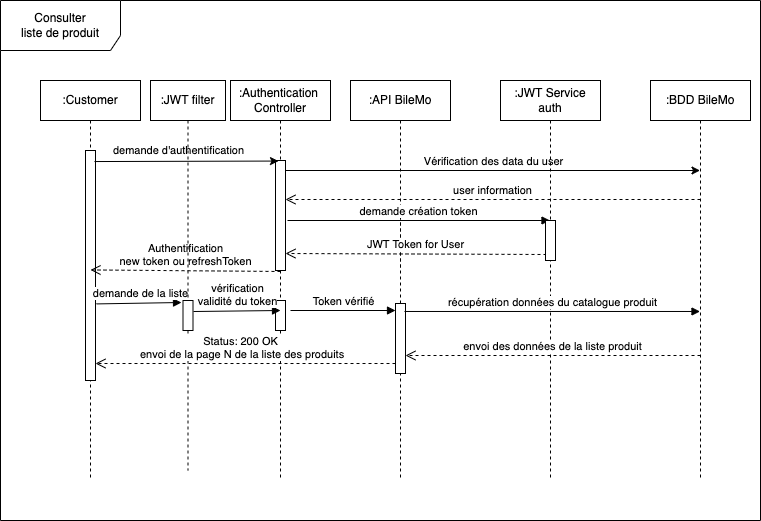
Earlier version of the draw.io export _Diagrammes UML/D.sq_consultation_liste_de_produit_BileMo.drawio.png (Fossette7/bilemo). Source tidied: cells renumbered, new cells last; positions are measured from the earlier drawing's top-left corner, leaving out a move shared by most shapes.
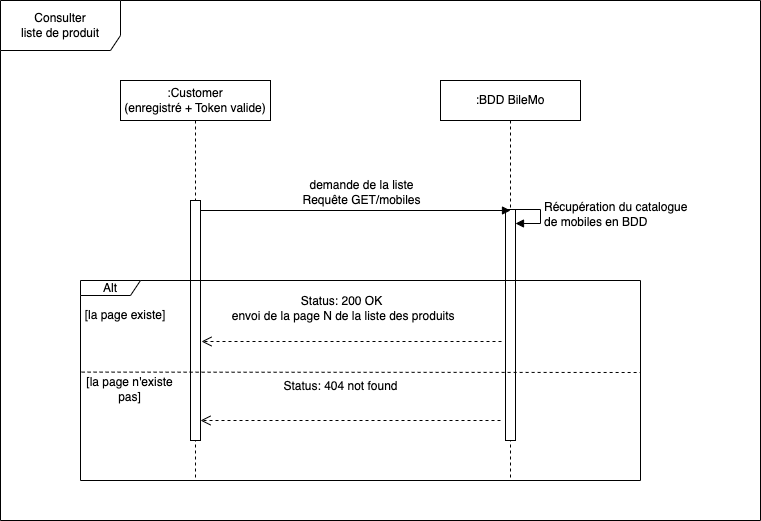
Above is the later version.

Commit message:
modify error code and add diagramm update

Diff of the diagram source:
```diff
@@ -5,114 +5,58 @@
     <mxCell id="2" value="Consulter&lt;br&gt;liste de produit" style="shape=umlFrame;whiteSpace=wrap;html=1;width=120;height=50;" parent="1" vertex="1">
       <mxGeometry width="760" height="520" as="geometry" />
     </mxCell>
-    <mxCell id="3" value=":Customer" style="shape=umlLifeline;perimeter=lifelinePerimeter;whiteSpace=wrap;html=1;" parent="1" vertex="1">
-      <mxGeometry x="40" y="80" width="100" height="400" as="geometry" />
+    <mxCell id="3" value=":Customer&lt;br&gt;(enregistré + Token valide)" style="shape=umlLifeline;perimeter=lifelinePerimeter;whiteSpace=wrap;html=1;" parent="1" vertex="1">
+      <mxGeometry x="120" y="80" width="150" height="400" as="geometry" />
     </mxCell>
     <mxCell id="4" style="html=1;points=[];perimeter=orthogonalPerimeter;" parent="3" vertex="1">
-      <mxGeometry x="45" y="70" width="10" height="230" as="geometry" />
+      <mxGeometry x="70" y="120" width="10" height="240" as="geometry" />
     </mxCell>
+    <mxCell id="8" value=":BDD BileMo" style="shape=umlLifeline;perimeter=lifelinePerimeter;whiteSpace=wrap;html=1;outlineConnect=0;" parent="1" vertex="1">
+      <mxGeometry x="440" y="80" width="140" height="400" as="geometry" />
+    </mxCell>
+    <mxCell id="30" style="html=1;perimeter=orthogonalPerimeter;fontSize=12;" parent="8" vertex="1">
+      <mxGeometry x="65" y="129" width="10" height="231" as="geometry" />
+    </mxCell>
+    <mxCell id="31" value="Récupération du catalogue&lt;br&gt;de mobiles en BDD" style="edgeStyle=orthogonalEdgeStyle;html=1;align=left;spacingLeft=2;endArrow=block;rounded=0;entryX=1;entryY=0;fontSize=12;" parent="8" edge="1">
+      <mxGeometry relative="1" as="geometry">
+        <mxPoint x="70" y="129" as="sourcePoint" />
+        <mxPoint x="75" y="143" as="targetPoint" />
+        <Array as="points">
+          <mxPoint x="100" y="129" />
+        </Array>
+      </mxGeometry>
+    </mxCell>
+    <mxCell id="28" value="&lt;font style=&quot;font-size: 12px;&quot;&gt;Status: 200 OK&lt;br&gt;&amp;nbsp;envoi de la page N de la liste des produits&lt;/font&gt;" style="html=1;verticalAlign=bottom;endArrow=open;dashed=1;endSize=8;rounded=0;exitX=0;exitY=0.543;exitDx=0;exitDy=0;exitPerimeter=0;" parent="1" edge="1">
+      <mxGeometry x="0.07" y="-16" relative="1" as="geometry">
+        <mxPoint x="501" y="341" as="sourcePoint" />
+        <mxPoint x="201" y="341" as="targetPoint" />
+      </mxGeometry>
+    </mxCell>
-    <mxCell id="5" value="demande de la liste" style="html=1;verticalAlign=bottom;endArrow=block;rounded=0;exitX=1.1;exitY=0.667;exitDx=0;exitDy=0;exitPerimeter=0;" parent="3" edge="1">
+    <mxCell id="5" value="&lt;font style=&quot;font-size: 12px;&quot;&gt;demande de la liste&lt;br&gt;&lt;/font&gt;&lt;font style=&quot;font-size: 12px;&quot;&gt;Requête GET/mobiles&lt;/font&gt;" style="html=1;verticalAlign=bottom;endArrow=block;rounded=0;" parent="1" edge="1">
       <mxGeometry x="0.04" y="1" relative="1" as="geometry">
-        <mxPoint x="56" y="223.4" as="sourcePoint" />
-        <mxPoint x="141" y="222" as="targetPoint" />
+        <mxPoint x="200" y="210" as="sourcePoint" />
+        <mxPoint x="510" y="210" as="targetPoint" />
       </mxGeometry>
     </mxCell>
-    <mxCell id="6" value=":API BileMo" style="shape=umlLifeline;perimeter=lifelinePerimeter;whiteSpace=wrap;html=1;" parent="1" vertex="1">
-      <mxGeometry x="350" y="80" width="100" height="400" as="geometry" />
-    </mxCell>
-    <mxCell id="7" style="html=1;points=[];perimeter=orthogonalPerimeter;" parent="6" vertex="1">
-      <mxGeometry x="45" y="223" width="10" height="70" as="geometry" />
-    </mxCell>
-    <mxCell id="8" value=":BDD BileMo" style="shape=umlLifeline;perimeter=lifelinePerimeter;whiteSpace=wrap;html=1;outlineConnect=0;" parent="1" vertex="1">
-      <mxGeometry x="650" y="80" width="100" height="400" as="geometry" />
-    </mxCell>
-    <mxCell id="9" style="html=1;verticalAlign=bottom;endArrow=none;dashed=1;endSize=8;rounded=0;" parent="1" edge="1">
-      <mxGeometry relative="1" as="geometry">
-        <mxPoint x="400" y="210" as="sourcePoint" />
-        <mxPoint x="400" y="270" as="targetPoint" />
-      </mxGeometry>
-    </mxCell>
-    <mxCell id="10" value=":Authentication&amp;nbsp;&lt;br&gt;Controller" style="shape=umlLifeline;perimeter=lifelinePerimeter;whiteSpace=wrap;html=1;" parent="1" vertex="1">
-      <mxGeometry x="230" y="80" width="100" height="400" as="geometry" />
-    </mxCell>
-    <mxCell id="11" style="html=1;points=[];perimeter=orthogonalPerimeter;" parent="10" vertex="1">
-      <mxGeometry x="45" y="80" width="10" height="110" as="geometry" />
-    </mxCell>
-    <mxCell id="12" style="endArrow=classic;html=1;rounded=0;" parent="10" edge="1" target="8">
-      <mxGeometry relative="1" as="geometry">
-        <mxPoint x="55" y="90" as="sourcePoint" />
-      </mxGeometry>
-    </mxCell>
-    <mxCell id="13" value="Vérification des data du user" style="edgeLabel;html=1;align=center;verticalAlign=middle;" parent="12" vertex="1">
-      <mxGeometry relative="1" as="geometry">
-        <mxPoint y="-10" as="offset" />
-      </mxGeometry>
-    </mxCell>
-    <mxCell id="14" value="demande création token" style="html=1;verticalAlign=bottom;endArrow=block;rounded=0;" parent="10" edge="1" target="18">
-      <mxGeometry relative="1" as="geometry">
-        <mxPoint x="57" y="140" as="sourcePoint" />
-      </mxGeometry>
-    </mxCell>
-    <mxCell id="15" value="JWT Token for User" style="html=1;verticalAlign=bottom;endArrow=open;dashed=1;endSize=8;rounded=0;exitX=0.1;exitY=0.85;exitDx=0;exitDy=0;exitPerimeter=0;" parent="10" edge="1" source="19">
-      <mxGeometry relative="1" as="geometry">
-        <mxPoint x="55" y="173" as="targetPoint" />
-      </mxGeometry>
-    </mxCell>
-    <mxCell id="16" style="html=1;points=[];perimeter=orthogonalPerimeter;" parent="10" vertex="1">
-      <mxGeometry x="45" y="220" width="10" height="30" as="geometry" />
-    </mxCell>
-    <mxCell id="17" value="Token vérifié" style="html=1;verticalAlign=bottom;endArrow=block;rounded=0;entryX=0;entryY=0.1;entryDx=0;entryDy=0;entryPerimeter=0;" parent="10" edge="1" target="7">
-      <mxGeometry relative="1" as="geometry">
-        <mxPoint x="60" y="230" as="sourcePoint" />
-      </mxGeometry>
-    </mxCell>
-    <mxCell id="18" value=":JWT Service&lt;br&gt;auth" style="shape=umlLifeline;perimeter=lifelinePerimeter;whiteSpace=wrap;html=1;outlineConnect=0;" parent="1" vertex="1">
-      <mxGeometry x="500" y="80" width="100" height="400" as="geometry" />
-    </mxCell>
-    <mxCell id="19" style="html=1;points=[];perimeter=orthogonalPerimeter;" parent="18" vertex="1">
-      <mxGeometry x="45" y="140" width="10" height="40" as="geometry" />
-    </mxCell>
-    <mxCell id="20" style="endArrow=classic;html=1;rounded=0;entryX=0.3;entryY=0.005;entryDx=0;entryDy=0;entryPerimeter=0;exitX=0.9;exitY=0.048;exitDx=0;exitDy=0;exitPerimeter=0;" parent="1" edge="1" source="4" target="11">
-      <mxGeometry relative="1" as="geometry" />
-    </mxCell>
-    <mxCell id="21" value="demande d'authentification" style="edgeLabel;html=1;align=center;verticalAlign=middle;" parent="20" vertex="1">
-      <mxGeometry x="-0.2" y="-3" relative="1" as="geometry">
-        <mxPoint x="9" y="-14" as="offset" />
-      </mxGeometry>
-    </mxCell>
-    <mxCell id="22" value="user information" style="html=1;verticalAlign=bottom;endArrow=open;dashed=1;endSize=8;rounded=0;" parent="1" edge="1" target="11">
-      <mxGeometry relative="1" as="geometry">
-        <mxPoint x="700" y="199" as="sourcePoint" />
-      </mxGeometry>
-    </mxCell>
-    <mxCell id="23" value="Authentification&lt;br&gt;new token ou refreshToken" style="html=1;verticalAlign=bottom;endArrow=open;dashed=1;endSize=8;rounded=0;entryX=0.9;entryY=0.576;entryDx=0;entryDy=0;entryPerimeter=0;exitX=0.5;exitY=1.009;exitDx=0;exitDy=0;exitPerimeter=0;" parent="1" edge="1" source="11">
-      <mxGeometry relative="1" as="geometry">
-        <mxPoint x="90" y="269.4" as="targetPoint" />
-      </mxGeometry>
-    </mxCell>
-    <mxCell id="24" value=":JWT filter" style="shape=umlLifeline;perimeter=lifelinePerimeter;whiteSpace=wrap;html=1;" parent="1" vertex="1">
-      <mxGeometry x="150" y="80" width="75" height="390" as="geometry" />
-    </mxCell>
-    <mxCell id="25" style="html=1;points=[];perimeter=orthogonalPerimeter;" parent="24" vertex="1">
-      <mxGeometry x="32.5" y="220" width="10" height="30" as="geometry" />
-    </mxCell>
-    <mxCell id="26" value="envoi des données de la liste produit" style="html=1;verticalAlign=bottom;endArrow=open;dashed=1;endSize=8;rounded=0;" parent="1" edge="1">
-      <mxGeometry relative="1" as="geometry">
-        <mxPoint x="700" y="355" as="sourcePoint" />
-        <mxPoint x="405" y="355" as="targetPoint" />
-      </mxGeometry>
-    </mxCell>
-    <mxCell id="27" value="récupération données du catalogue produit" style="html=1;verticalAlign=bottom;endArrow=block;rounded=0;exitX=0.9;exitY=0.114;exitDx=0;exitDy=0;exitPerimeter=0;" parent="1" edge="1" source="7" target="8">
-      <mxGeometry relative="1" as="geometry" />
-    </mxCell>
-    <mxCell id="28" value="Status: 200 OK&lt;br&gt;&amp;nbsp;envoi de la page N de la liste des produits" style="html=1;verticalAlign=bottom;endArrow=open;dashed=1;endSize=8;rounded=0;exitX=0;exitY=0.543;exitDx=0;exitDy=0;exitPerimeter=0;" parent="1" edge="1">
-      <mxGeometry x="0.03" relative="1" as="geometry">
-        <mxPoint x="395" y="363" as="sourcePoint" />
-        <mxPoint x="95" y="363" as="targetPoint" />
-      </mxGeometry>
-    </mxCell>
-    <mxCell id="29" value="vérification&lt;br&gt;validité du token" style="html=1;verticalAlign=bottom;endArrow=block;rounded=0;entryX=0.5;entryY=0.333;entryDx=0;entryDy=0;entryPerimeter=0;exitX=1.05;exitY=0.367;exitDx=0;exitDy=0;exitPerimeter=0;" parent="1" edge="1" source="25" target="16">
-      <mxGeometry relative="1" as="geometry" />
-    </mxCell>
+    <mxCell id="32" value="&lt;font style=&quot;font-size: 12px;&quot;&gt;Status: 404 not found&lt;br&gt;&lt;br&gt;&lt;/font&gt;" style="html=1;verticalAlign=bottom;endArrow=open;dashed=1;endSize=8;rounded=0;exitX=0;exitY=0.543;exitDx=0;exitDy=0;exitPerimeter=0;" parent="1" edge="1">
+      <mxGeometry x="0.07" y="-10" relative="1" as="geometry">
+        <mxPoint x="500" y="420" as="sourcePoint" />
+        <mxPoint x="200" y="420" as="targetPoint" />
+      </mxGeometry>
+    </mxCell>
+    <mxCell id="33" value="Alt" style="shape=umlFrame;whiteSpace=wrap;html=1;fontSize=12;width=60;height=15;" parent="1" vertex="1">
+      <mxGeometry x="80" y="280" width="560" height="200" as="geometry" />
+    </mxCell>
+    <mxCell id="34" style="endArrow=none;dashed=1;html=1;rounded=0;fontSize=12;exitX=0.002;exitY=0.458;exitDx=0;exitDy=0;exitPerimeter=0;" parent="1" edge="1" source="33">
+      <mxGeometry relative="1" as="geometry">
+        <mxPoint x="640" y="372" as="targetPoint" />
+      </mxGeometry>
+    </mxCell>
+    <mxCell id="35" value="[la page existe]" style="text;html=1;strokeColor=none;fillColor=none;align=center;verticalAlign=middle;whiteSpace=wrap;rounded=0;fontSize=12;" parent="1" vertex="1">
+      <mxGeometry x="80" y="300" width="90" height="30" as="geometry" />
+    </mxCell>
+    <mxCell id="36" value="[la page n'existe pas]" style="text;html=1;strokeColor=none;fillColor=none;align=center;verticalAlign=middle;whiteSpace=wrap;rounded=0;fontSize=12;" parent="1" vertex="1">
+      <mxGeometry x="75" y="374" width="109" height="30" as="geometry" />
+    </mxCell>
   </root>
 </mxGraphModel>
```
